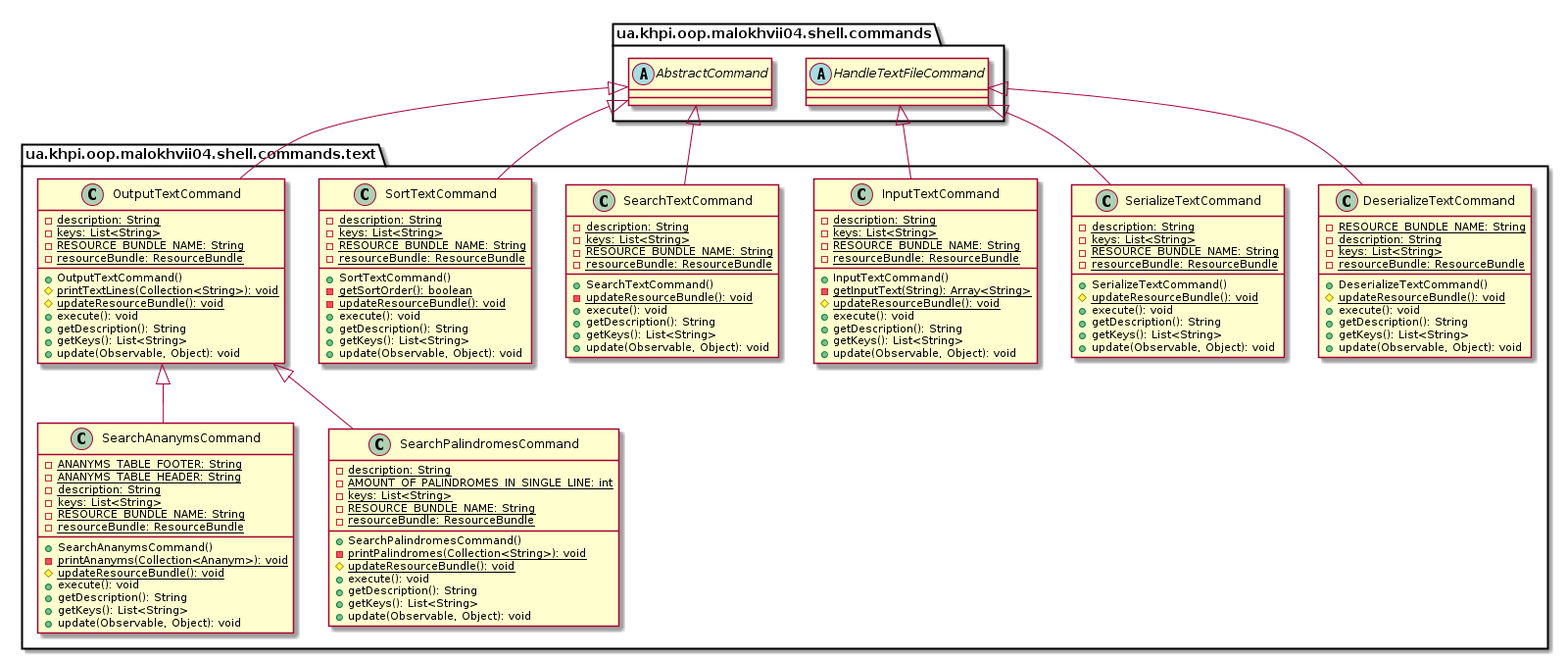
The PlantUML diagram malokhvii-eduard/malokhvii04/doc/plantuml/png/ua.khpi.oop.malokhvii04.shell.commands.text.package.png in P-Kalin/kit26a, before a commit.
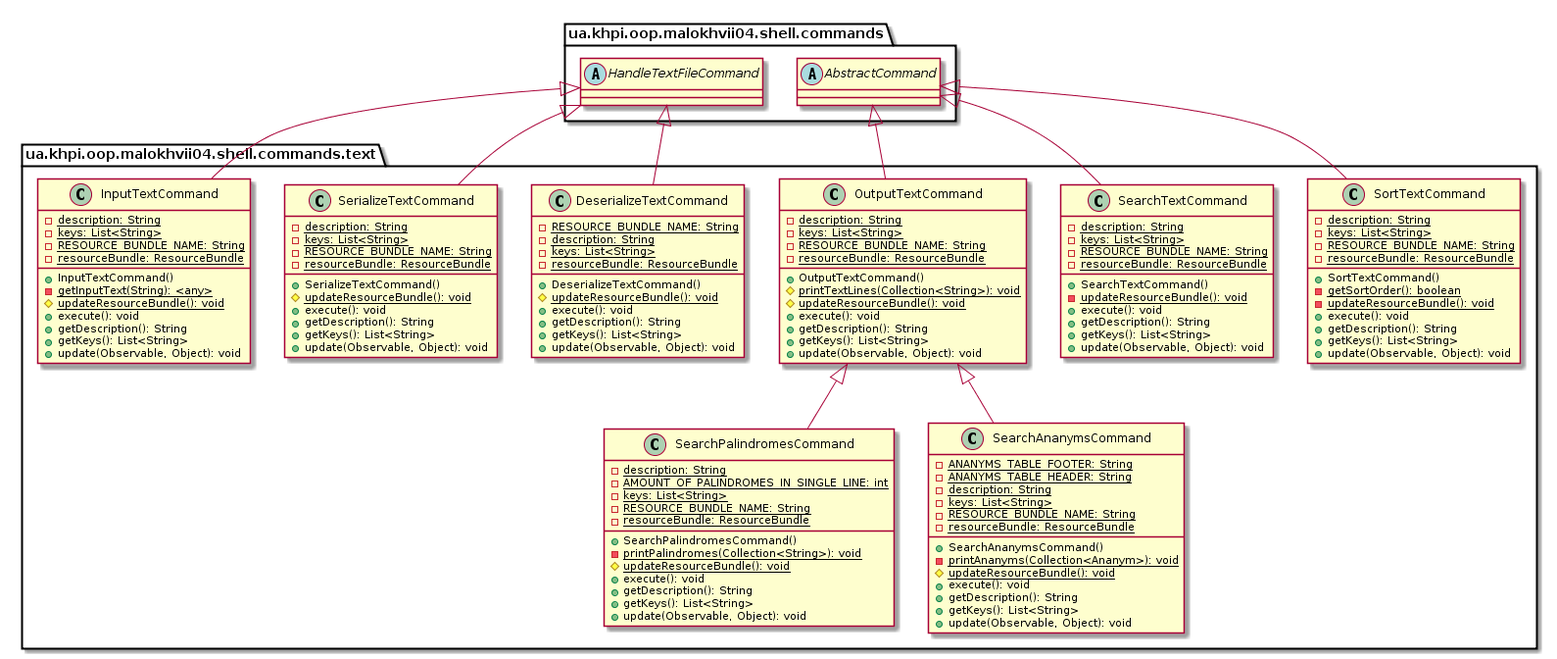
Above is the later version.

What changed in the source:
```diff
@@ -8,63 +8,6 @@
             {static} -keys: List<String>
             {static} -resourceBundle: ResourceBundle
             +DeserializeTextCommand()
-            {static} #updateResourceBundle(): void
-            +execute(): void
-            +getDescription(): String
-            +getKeys(): List<String>
-            +update(Observable, Object): void
-        }
-
-        class SerializeTextCommand {
-            {static} -description: String
-            {static} -keys: List<String>
-            {static} -RESOURCE_BUNDLE_NAME: String
-            {static} -resourceBundle: ResourceBundle
-            +SerializeTextCommand()
-            {static} #updateResourceBundle(): void
-            +execute(): void
-            +getDescription(): String
-            +getKeys(): List<String>
-            +update(Observable, Object): void
-        }
-
-        class OutputTextCommand {
-            {static} -description: String
-            {static} -keys: List<String>
-            {static} -RESOURCE_BUNDLE_NAME: String
-            {static} -resourceBundle: ResourceBundle
-            +OutputTextCommand()
-            {static} #printTextLines(Collection<String>): void
-            {static} #updateResourceBundle(): void
-            +execute(): void
-            +getDescription(): String
-            +getKeys(): List<String>
-            +update(Observable, Object): void
-        }
-
-        class SearchAnanymsCommand {
-            {static} -ANANYMS_TABLE_FOOTER: String
-            {static} -ANANYMS_TABLE_HEADER: String
-            {static} -description: String
-            {static} -keys: List<String>
-            {static} -RESOURCE_BUNDLE_NAME: String
-            {static} -resourceBundle: ResourceBundle
-            +SearchAnanymsCommand()
-            {static} -printAnanyms(Collection<Ananym>): void
-            {static} #updateResourceBundle(): void
-            +execute(): void
-            +getDescription(): String
-            +getKeys(): List<String>
-            +update(Observable, Object): void
-        }
-
-        class InputTextCommand {
-            {static} -description: String
-            {static} -keys: List<String>
-            {static} -RESOURCE_BUNDLE_NAME: String
-            {static} -resourceBundle: ResourceBundle
-            +InputTextCommand()
-            {static} -getInputText(String): Array<String>
             {static} #updateResourceBundle(): void
             +execute(): void
             +getDescription(): String
@@ -101,6 +44,22 @@
             +update(Observable, Object): void
         }
 
+        class SearchAnanymsCommand {
+            {static} -ANANYMS_TABLE_FOOTER: String
+            {static} -ANANYMS_TABLE_HEADER: String
+            {static} -description: String
+            {static} -keys: List<String>
+            {static} -RESOURCE_BUNDLE_NAME: String
+            {static} -resourceBundle: ResourceBundle
+            +SearchAnanymsCommand()
+            {static} -printAnanyms(Collection<Ananym>): void
+            {static} #updateResourceBundle(): void
+            +execute(): void
+            +getDescription(): String
+            +getKeys(): List<String>
+            +update(Observable, Object): void
+        }
+
         class SearchTextCommand {
             {static} -description: String
             {static} -keys: List<String>
@@ -114,23 +73,64 @@
             +update(Observable, Object): void
         }
 
+        class OutputTextCommand {
+            {static} -description: String
+            {static} -keys: List<String>
+            {static} -RESOURCE_BUNDLE_NAME: String
+            {static} -resourceBundle: ResourceBundle
+            +OutputTextCommand()
+            {static} #printTextLines(Collection<String>): void
+            {static} #updateResourceBundle(): void
+            +execute(): void
+            +getDescription(): String
+            +getKeys(): List<String>
+            +update(Observable, Object): void
+        }
+
+        class InputTextCommand {
+            {static} -description: String
+            {static} -keys: List<String>
+            {static} -RESOURCE_BUNDLE_NAME: String
+            {static} -resourceBundle: ResourceBundle
+            +InputTextCommand()
+            {static} -getInputText(String): <any>
+            {static} #updateResourceBundle(): void
+            +execute(): void
+            +getDescription(): String
+            +getKeys(): List<String>
+            +update(Observable, Object): void
+        }
+
+        class SerializeTextCommand {
+            {static} -description: String
+            {static} -keys: List<String>
+            {static} -RESOURCE_BUNDLE_NAME: String
+            {static} -resourceBundle: ResourceBundle
+            +SerializeTextCommand()
+            {static} #updateResourceBundle(): void
+            +execute(): void
+            +getDescription(): String
+            +getKeys(): List<String>
+            +update(Observable, Object): void
+        }
+
         abstract class ua.khpi.oop.malokhvii04.shell.commands.HandleTextFileCommand
         ua.khpi.oop.malokhvii04.shell.commands.HandleTextFileCommand <|-- DeserializeTextCommand
 
-        ua.khpi.oop.malokhvii04.shell.commands.HandleTextFileCommand <|-- SerializeTextCommand
-
         abstract class ua.khpi.oop.malokhvii04.shell.commands.AbstractCommand
-        ua.khpi.oop.malokhvii04.shell.commands.AbstractCommand <|-- OutputTextCommand
-
-        OutputTextCommand <|-- SearchAnanymsCommand
-
-        ua.khpi.oop.malokhvii04.shell.commands.HandleTextFileCommand <|-- InputTextCommand
-
         ua.khpi.oop.malokhvii04.shell.commands.AbstractCommand <|-- SortTextCommand
 
         OutputTextCommand <|-- SearchPalindromesCommand
 
+        OutputTextCommand <|-- SearchAnanymsCommand
+
         ua.khpi.oop.malokhvii04.shell.commands.AbstractCommand <|-- SearchTextCommand
+
+        ua.khpi.oop.malokhvii04.shell.commands.AbstractCommand <|-- OutputTextCommand
+
+        ua.khpi.oop.malokhvii04.shell.commands.HandleTextFileCommand <|-- InputTextCommand
+
+        ua.khpi.oop.malokhvii04.shell.commands.HandleTextFileCommand <|-- SerializeTextCommand
 
     }
 
```
